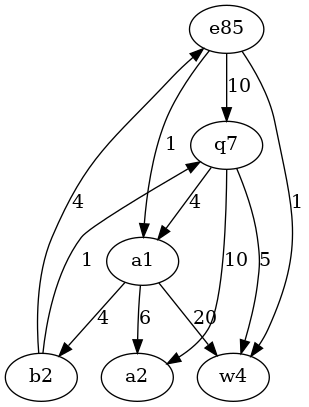
The Graphviz diagram aisd/lab5/labirint.png in kargamant/my_labs, before a commit. Its source is kept beside it as aisd/lab5/labirint.dot.
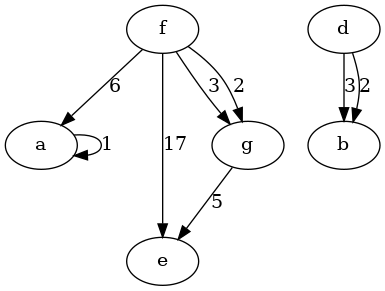
After the commit.

Diff of the diagram source:
```diff
@@ -1,19 +1,16 @@
 digraph {
-e85
-e85->q7 [label=10, weight=10]
-e85->w4 [label=1, weight=1]
-e85->a1 [label=1, weight=1]
-w4
-q7
-q7->a1 [label=4, weight=4]
-q7->w4 [label=5, weight=5]
-q7->a2 [label=10, weight=10]
-a1
-a1->w4 [label=20, weight=20]
-a1->a2 [label=6, weight=6]
-a1->b2 [label=4, weight=4]
-a2
-b2
-b2->q7 [label=1, weight=1]
-b2->e85 [label=4, weight=4]
+a
+a->a [label=1, weight=1]
+b
+d
+d->b [label=3, weight=3]
+d->b [label=2, weight=2]
+e
+f
+f->a [label=6, weight=6]
+f->e [label=17, weight=17]
+f->g [label=3, weight=3]
+f->g [label=2, weight=2]
+g
+g->e [label=5, weight=5]
 }
```
